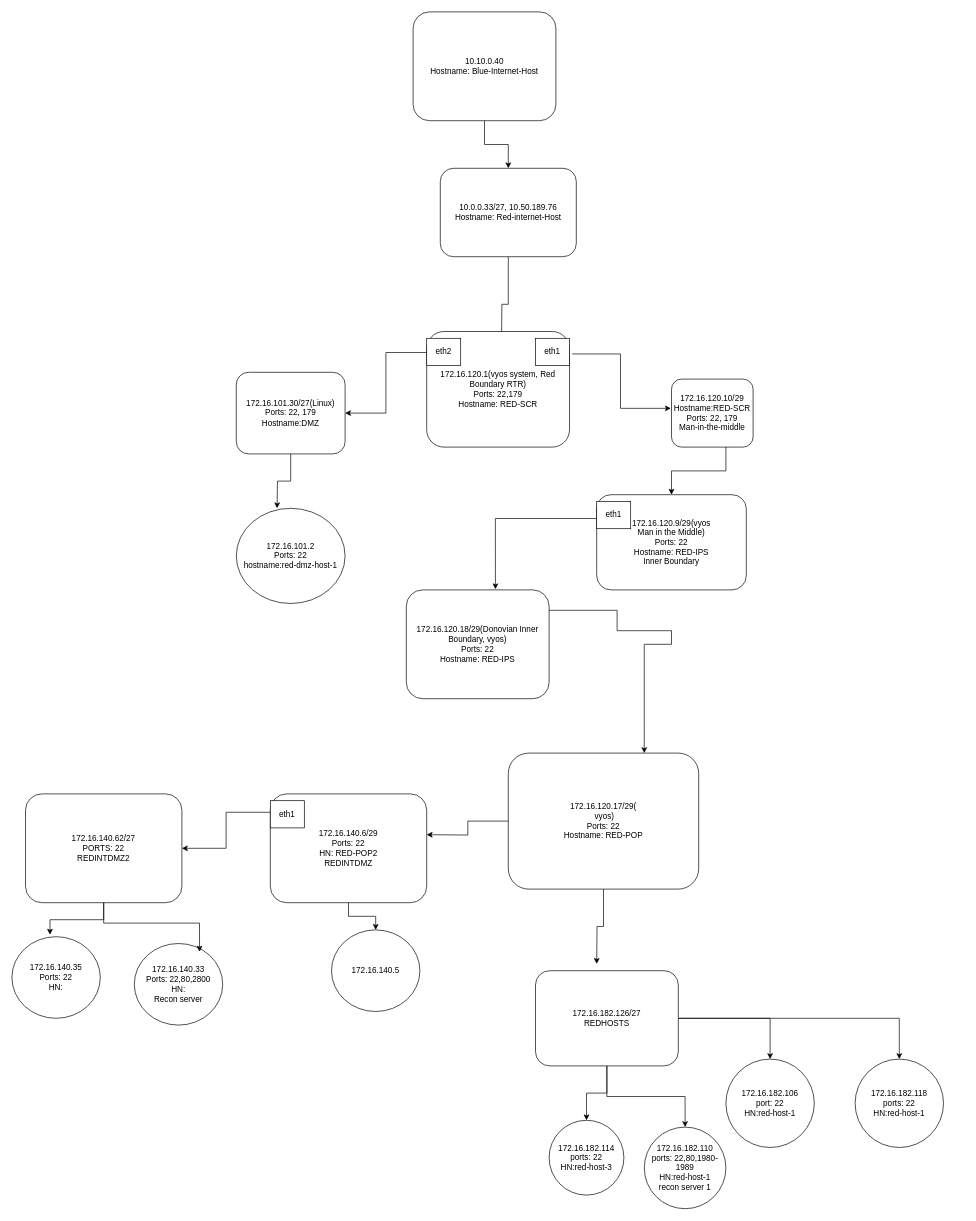
Earlier version of the draw.io diagram NetworkMap.drawio (Swordstone583/NetworkMap). Source tidied: cells renumbered, new cells numbered last; positions are measured from the earlier drawing's top-left corner, leaving out a move shared by most shapes. Both pictures are drawn from the tidied source at 68%, with x=0, y=0 at pixel (12, 12).
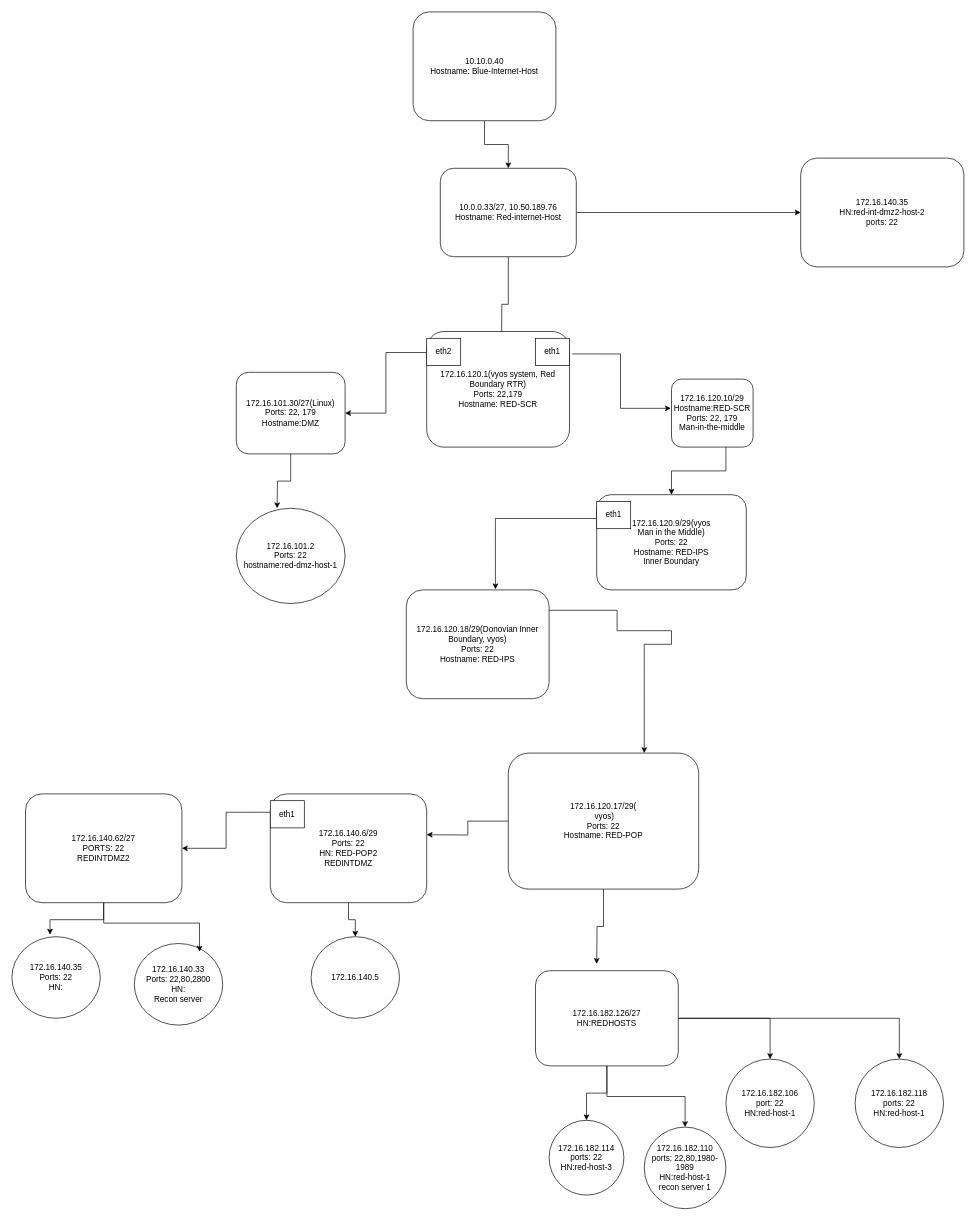
The same diagram, later.

The change refers to these unchanged cells:
```xml
<mxCell id="5" value="10.0.0.33/27, 10.50.189.76&lt;div&gt;Hostname: Red-internet-Host&lt;/div&gt;" style="rounded=1;whiteSpace=wrap;html=1;" parent="1" vertex="1">
  <mxGeometry x="630" y="230" width="200" height="130" as="geometry" />
</mxCell>
```

What changed in the source:
```diff
@@
+    <mxCell id="43" style="edgeStyle=orthogonalEdgeStyle;rounded=0;jettySize=auto;html=1;entryX=0;entryY=0.5;entryDx=0;entryDy=0;" parent="1" edge="1" source="5" target="44">
+      <mxGeometry relative="1" as="geometry" />
+    </mxCell>
@@
-    <mxCell id="31" value="172.16.182.126/27&lt;div&gt;REDHOSTS&lt;/div&gt;" style="rounded=1;whiteSpace=wrap;html=1;" parent="1" vertex="1">
+    <mxCell id="31" value="172.16.182.126/27&lt;div&gt;HN:REDHOSTS&lt;/div&gt;" style="rounded=1;whiteSpace=wrap;html=1;" parent="1" vertex="1">
       <mxGeometry x="770" y="1410" width="210" height="140" as="geometry" />
     </mxCell>
@@
     <mxCell id="36" value="172.16.140.5" style="ellipse;whiteSpace=wrap;html=1;" parent="1" vertex="1">
-      <mxGeometry x="470" y="1350" width="130" height="120" as="geometry" />
+      <mxGeometry x="440" y="1360" width="130" height="120" as="geometry" />
     </mxCell>
@@
+    <mxCell id="44" value="172.16.140.35&lt;div&gt;HN:red-int-dmz2-host-2&lt;/div&gt;&lt;div&gt;ports: 22&lt;/div&gt;" style="rounded=1;whiteSpace=wrap;html=1;" parent="1" vertex="1">
+      <mxGeometry x="1160" y="215" width="240" height="160" as="geometry" />
+    </mxCell>
```
